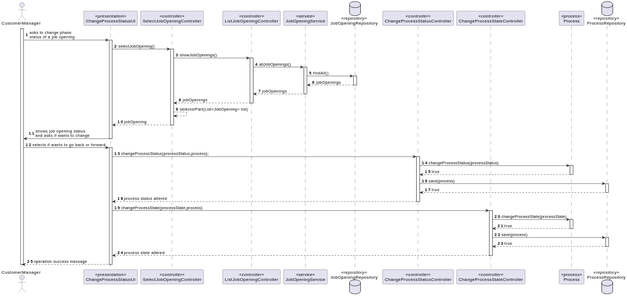
Above: docs/SprintC/change-status-process/sequence-diagram.svg in MiguelCardoso77/LAPR4 (PlantUML), before the change.
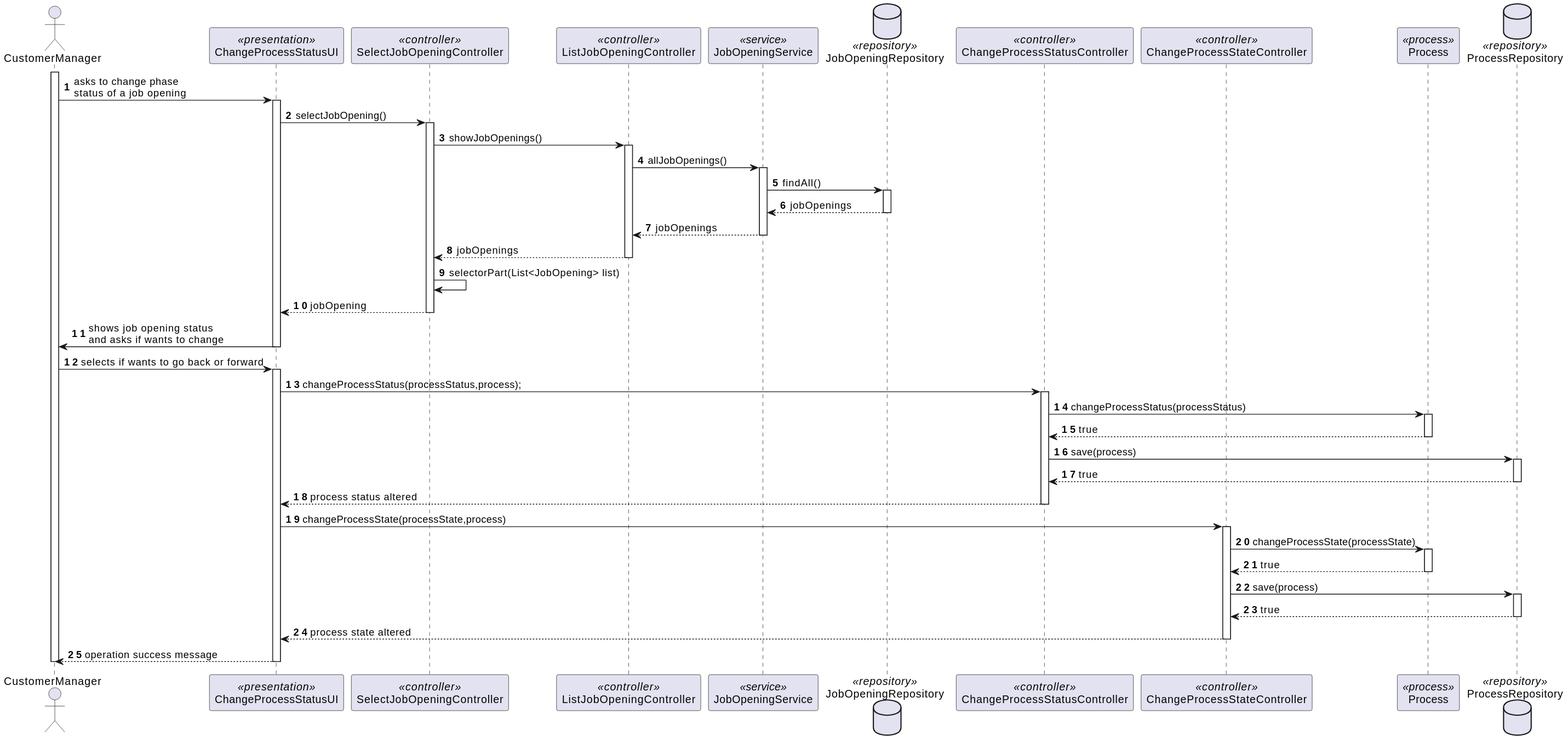
The same diagram one commit later.

Commit message:
sequence diagram update for changing status of a job opening

Diff of the diagram source:
```diff
@@ -40,7 +40,7 @@
                 ListJobOpeningController --> SelectJobOpeningController : jobOpenings
             deactivate ListJobOpeningController
 
-            SelectJobOpeningController --> SelectJobOpeningController : selectorPart(List<JobOpening> list)
+            SelectJobOpeningController -> SelectJobOpeningController : selectorPart(List<JobOpening> list)
 
             SelectJobOpeningController --> ChangeProcessStatusUI : jobOpening
         deactivate SelectJobOpeningController
```
